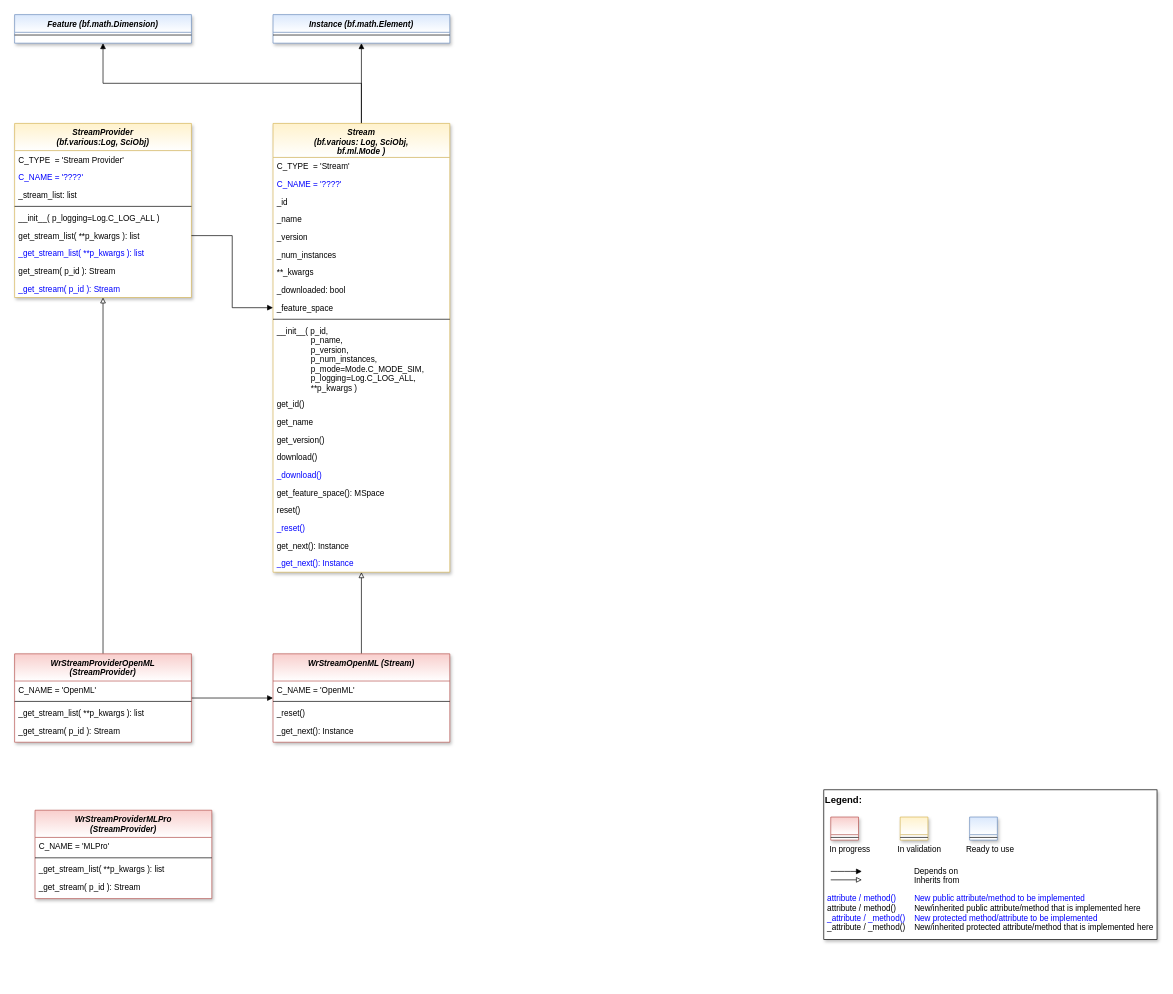
Earlier version of the draw.io diagram doc/rtd/content/append2/core/images/oa/MLPro-OA-STREAMS_class_diagram.drawio (fhswf/MLPro). Source tidied: cells renumbered, new cells numbered last; positions are measured from the earlier drawing's top-left corner, leaving out a move shared by most shapes. Both pictures are drawn from the tidied source at 68%, with x=0, y=0 at pixel (14, 14).
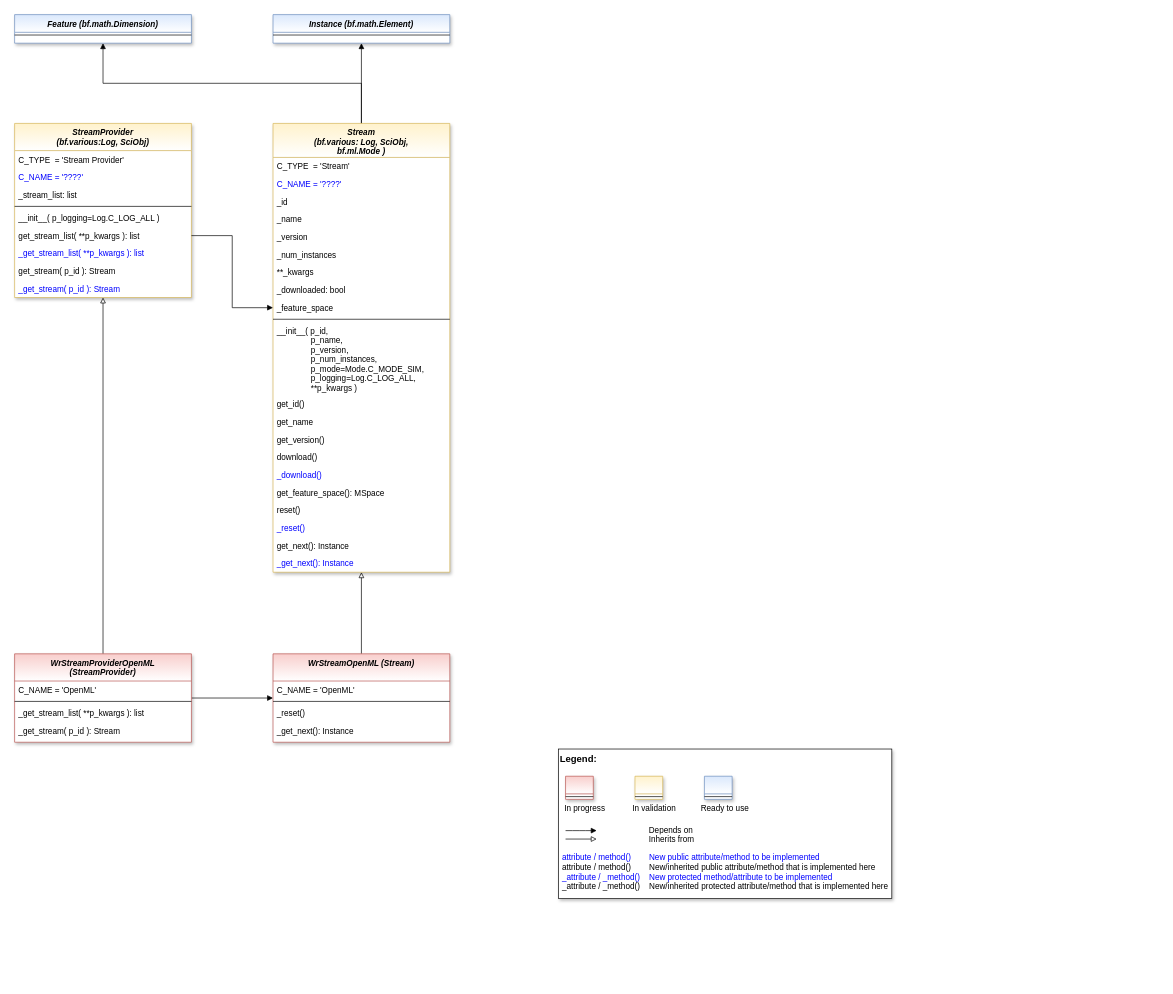
The same diagram, later.

Commit message (it also covers changes not shown here):
Updates on class diagrams

The edit, as a diff of the source:
```diff
@@
     <mxCell id="2" style="group;" parent="1" vertex="1">
-      <mxGeometry x="1190" y="1140" width="490" height="220" as="geometry" />
+      <mxGeometry x="800" y="1080" width="490" height="220" as="geometry" />
     </mxCell>
@@
-    <mxCell id="64" value="WrStreamProviderMLPro&#10;(StreamProvider)" style="swimlane;fontStyle=3;align=center;verticalAlign=top;horizontal=1;startSize=40;rounded=0;shadow=1;strokeWidth=1;fillColor=#f8cecc;strokeColor=#b85450;swimlaneFillColor=#ffffff;gradientColor=#ffffff;" parent="1" vertex="1">
-      <mxGeometry x="30" y="1170" width="260" height="130" as="geometry" />
-    </mxCell>
-    <mxCell id="65" value="C_NAME = 'MLPro'" style="text;align=left;verticalAlign=top;spacingLeft=4;spacingRight=4;overflow=hidden;fontColor=default;" parent="64" vertex="1">
-      <mxGeometry y="40" width="260" height="26" as="geometry" />
-    </mxCell>
-    <mxCell id="66" style="line;html=1;strokeWidth=1;align=left;verticalAlign=middle;spacingTop=-1;spacingLeft=3;spacingRight=3;labelPosition=right;" parent="64" vertex="1">
-      <mxGeometry y="66" width="260" height="8" as="geometry" />
-    </mxCell>
-    <mxCell id="67" value="_get_stream_list( **p_kwargs ): list" style="text;align=left;verticalAlign=top;spacingLeft=4;spacingRight=4;overflow=hidden;fontColor=default;" parent="64" vertex="1">
-      <mxGeometry y="74" width="260" height="26" as="geometry" />
-    </mxCell>
-    <mxCell id="68" value="_get_stream( p_id ): Stream " style="text;align=left;verticalAlign=top;spacingLeft=4;spacingRight=4;overflow=hidden;fontColor=default;" parent="64" vertex="1">
-      <mxGeometry y="100" width="260" height="26" as="geometry" />
-    </mxCell>
```
